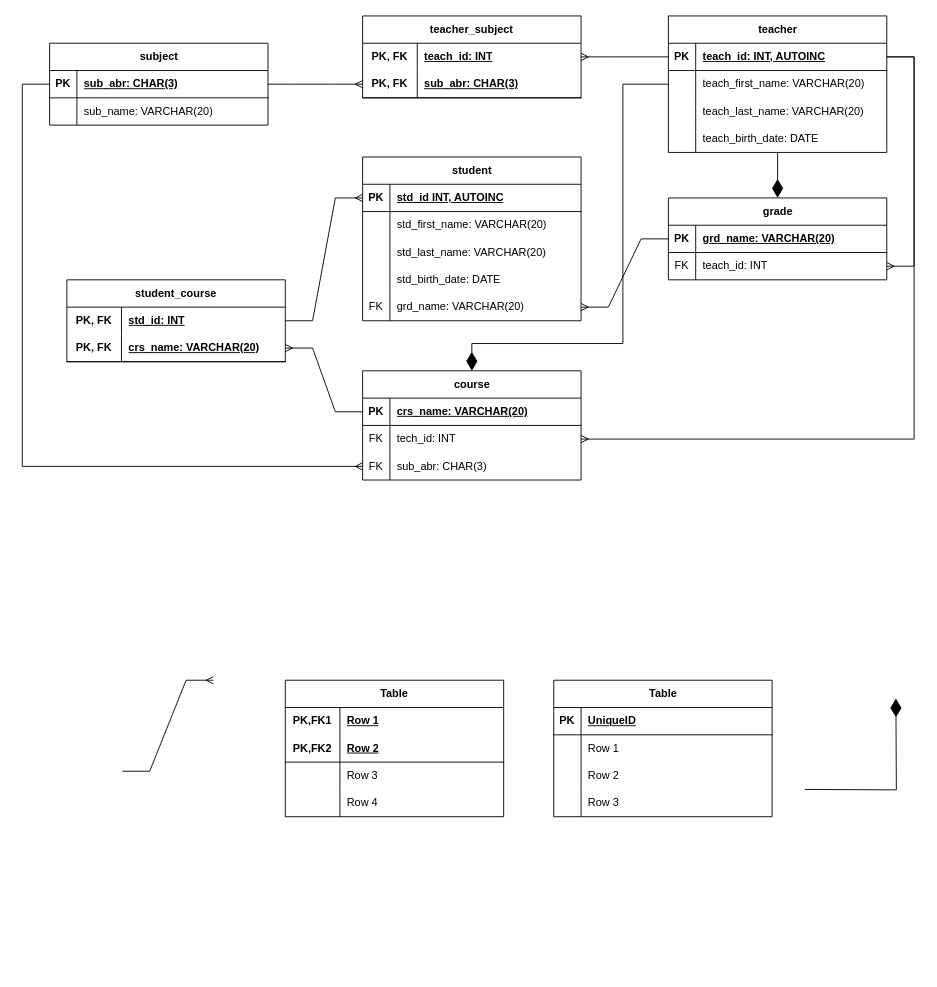
Above: page "Page-1" (1 of 2) of drafts/rel.drawio in elma1989/teach (draw.io), before the change. Source tidied: cells renumbered, new cells numbered last; positions are measured from the earlier drawing's top-left corner, leaving out a move shared by most shapes. Both pictures are drawn from the tidied source at 91%, with x=0, y=0 at pixel (22, 15).
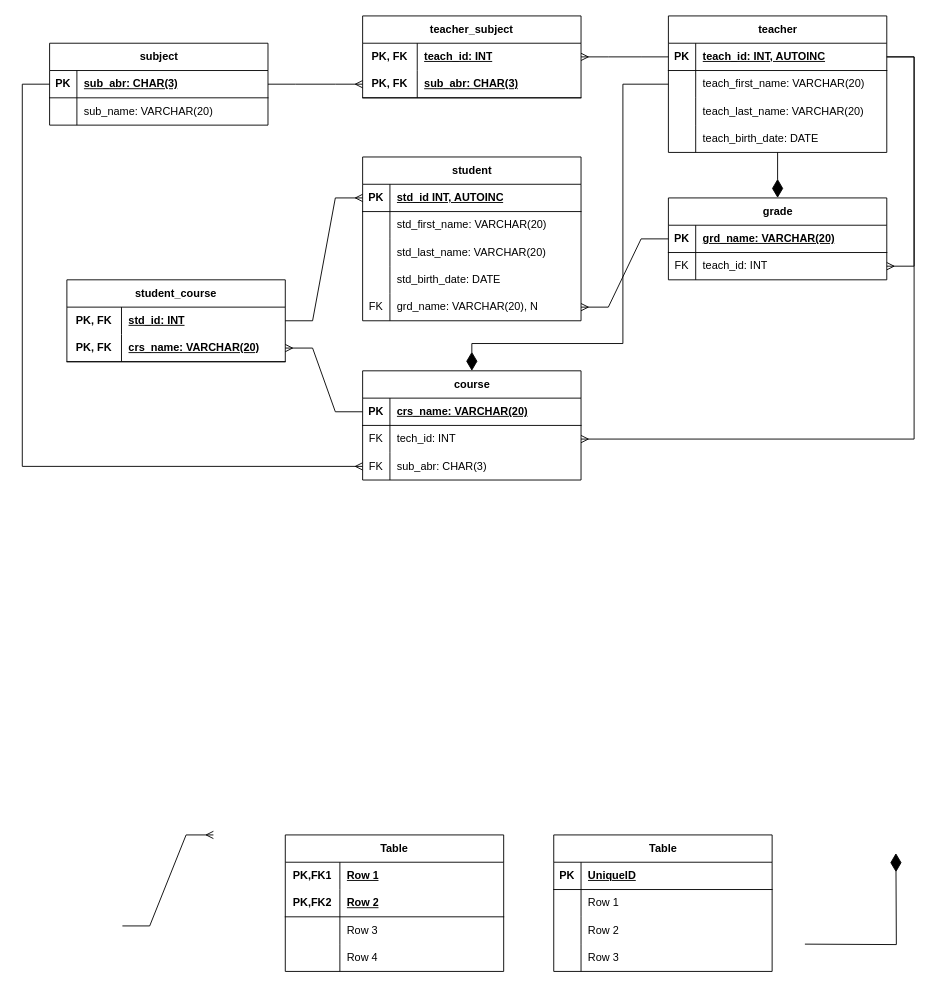
After the change.

The change refers to these unchanged cells:
```xml
<mxCell id="81" style="shape=tableRow;horizontal=0;startSize=0;swimlaneHead=0;swimlaneBody=0;fillColor=none;points=[[0,0.5],[1,0.5]];portConstraint=eastwest;top=0;left=0;right=0;bottom=0;" parent="68" vertex="1">
  <mxGeometry y="150" width="240" height="30" as="geometry" />
</mxCell>
```

Change to the diagram source:
```diff
@@
     <mxCell id="2" value="Table" style="shape=table;startSize=30;childLayout=tableLayout;rowLines=0;fontStyle=1;align=center;html=1;" parent="1" vertex="1">
-      <mxGeometry x="584" y="730" width="240" height="150" as="geometry" />
+      <mxGeometry x="584" y="900" width="240" height="150" as="geometry" />
     </mxCell>
@@
     <mxCell id="35" value="Table" style="shape=table;startSize=30;childLayout=tableLayout;rowLines=0;fontStyle=1;align=center;html=1;whiteSpace=wrap;" parent="1" vertex="1">
-      <mxGeometry x="289" y="730" width="240" height="150" as="geometry" />
+      <mxGeometry x="289" y="900" width="240" height="150" as="geometry" />
     </mxCell>
@@
     <mxCell id="57" style="edgeStyle=entityRelationEdgeStyle;fontSize=12;html=1;endArrow=ERmany;rounded=0;" parent="1" edge="1">
       <mxGeometry relative="1" as="geometry">
-        <mxPoint x="110" y="830" as="sourcePoint" />
-        <mxPoint x="210" y="730" as="targetPoint" />
+        <mxPoint x="110" y="1000" as="sourcePoint" />
+        <mxPoint x="210" y="900" as="targetPoint" />
         <Array as="points">
-          <mxPoint x="191" y="720" />
+          <mxPoint x="191" y="890" />
         </Array>
       </mxGeometry>
     </mxCell>
@@
     <mxCell id="66" style="edgeStyle=orthogonalEdgeStyle;fontSize=12;html=1;endArrow=diamondThin;rounded=0;endFill=1;endSize=18;startSize=6;jumpSize=6;targetPerimeterSpacing=0;strokeColor=light-dark(#000000,#0000FF);" parent="1" edge="1">
       <mxGeometry relative="1" as="geometry">
-        <mxPoint x="860" y="850" as="sourcePoint" />
-        <mxPoint x="960" y="750" as="targetPoint" />
+        <mxPoint x="860" y="1020" as="sourcePoint" />
+        <mxPoint x="960" y="920" as="targetPoint" />
       </mxGeometry>
     </mxCell>
@@
-    <mxCell id="83" value="grd_name: VARCHAR(20)" style="shape=partialRectangle;fillColor=none;top=0;left=0;bottom=0;right=0;align=left;spacingLeft=6;overflow=hidden;whiteSpace=wrap;html=1;" parent="81" vertex="1">
+    <mxCell id="83" value="grd_name: VARCHAR(20), N" style="shape=partialRectangle;fillColor=none;top=0;left=0;bottom=0;right=0;align=left;spacingLeft=6;overflow=hidden;whiteSpace=wrap;html=1;" parent="81" vertex="1">
       <mxGeometry x="30" width="210" height="30" as="geometry" />
     </mxCell>
```
